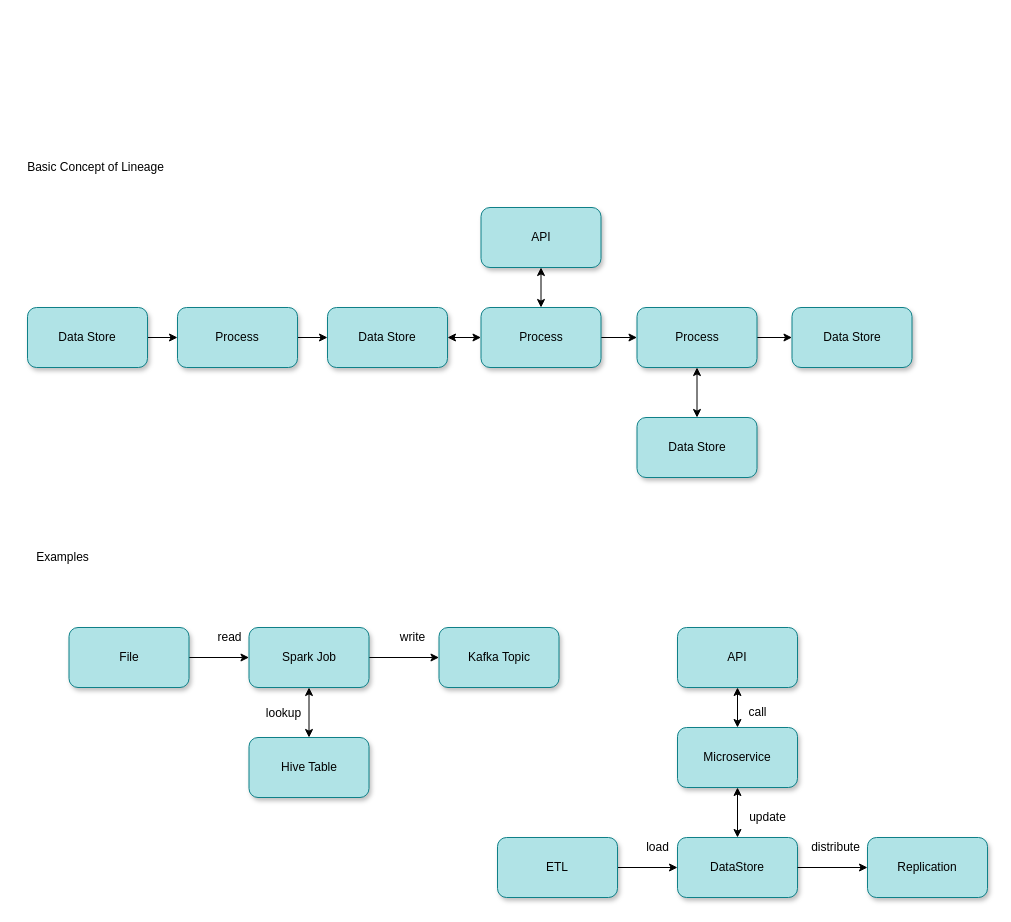
The draw.io diagram page "basic-concept-of-lineage" (2 of 8) of site/docs/features/lineage-management/lineage.drawio in odpi/egeria-docs, before the edit. Source tidied: cells renumbered, new cells numbered last; positions are measured from the earlier drawing's top-left corner, leaving out a move shared by most shapes. Both pictures are drawn from the tidied source at 100%, with x=0, y=0 at pixel (20, 157).
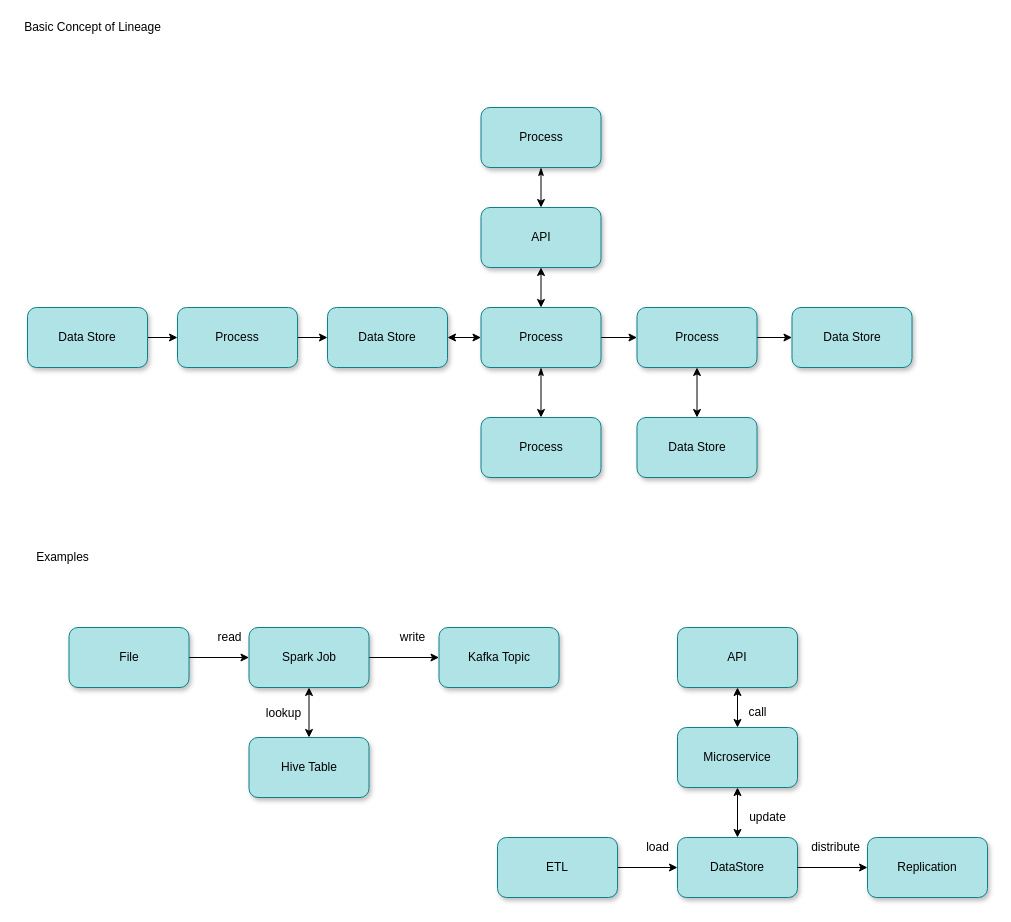
The same page after the edit.

Unchanged cells that the change refers to:
```xml
<mxCell id="26" value="Process" style="rounded=1;whiteSpace=wrap;html=1;fillColor=#b0e3e6;strokeColor=#0e8088;shadow=1;" parent="1" vertex="1">
  <mxGeometry x="460.5" y="150" width="120" height="60" as="geometry" />
</mxCell>
<mxCell id="32" value="API" style="rounded=1;whiteSpace=wrap;html=1;fillColor=#b0e3e6;strokeColor=#0e8088;shadow=1;" parent="1" vertex="1">
  <mxGeometry x="460.5" y="50" width="120" height="60" as="geometry" />
</mxCell>
```

Change to the diagram source:
```diff
@@
     <mxCell id="8" value="Basic Concept of Lineage" style="text;html=1;align=center;verticalAlign=middle;" parent="1" vertex="1">
-      <mxGeometry width="150" height="20" as="geometry" />
+      <mxGeometry x="-3" y="-140" width="150" height="20" as="geometry" />
     </mxCell>
@@
+    <mxCell id="42" style="edgeStyle=orthogonalEdgeStyle;rounded=0;jettySize=auto;html=1;startArrow=classicThin;startFill=1;" parent="1" edge="1" source="26" target="43">
+      <mxGeometry relative="1" as="geometry" />
+    </mxCell>
@@
+    <mxCell id="43" value="Process" style="rounded=1;whiteSpace=wrap;html=1;fillColor=#b0e3e6;strokeColor=#0e8088;shadow=1;" parent="1" vertex="1">
+      <mxGeometry x="460.5" y="260" width="120" height="60" as="geometry" />
+    </mxCell>
+    <mxCell id="44" style="edgeStyle=orthogonalEdgeStyle;rounded=0;jettySize=auto;html=1;exitX=0.5;exitY=1;exitDx=0;exitDy=0;entryX=0.5;entryY=0;entryDx=0;entryDy=0;startArrow=classicThin;startFill=1;" parent="1" edge="1" source="45" target="32">
+      <mxGeometry relative="1" as="geometry" />
+    </mxCell>
+    <mxCell id="45" value="Process" style="rounded=1;whiteSpace=wrap;html=1;fillColor=#b0e3e6;strokeColor=#0e8088;shadow=1;" parent="1" vertex="1">
+      <mxGeometry x="460.5" y="-50" width="120" height="60" as="geometry" />
+    </mxCell>
```
